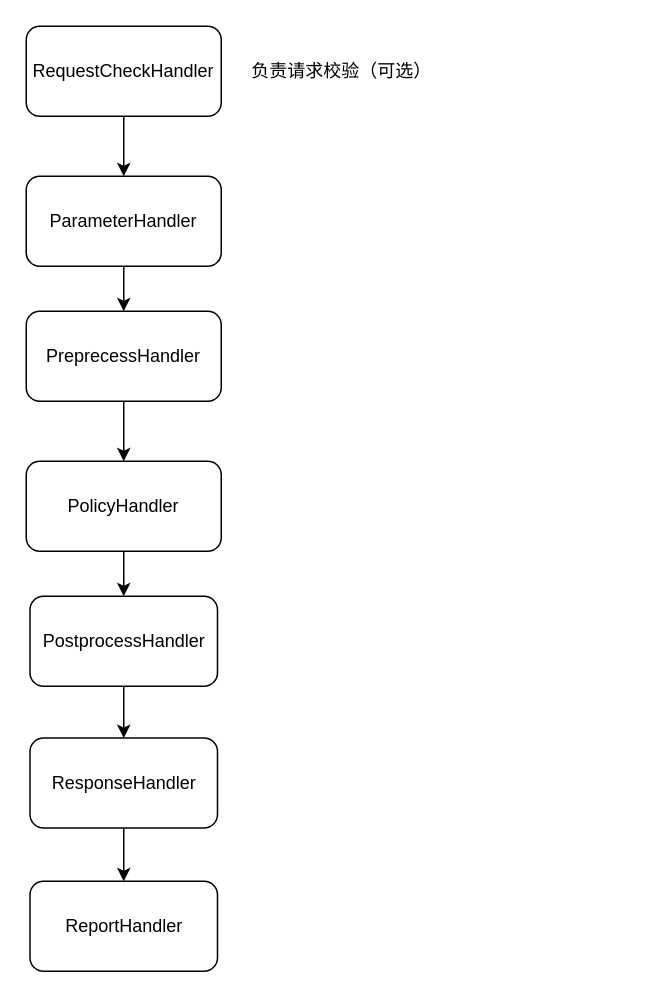
Earlier version of the draw.io diagram engineering/未命名绘图.drawio (gydong/graphs). Source tidied: cells renumbered, new cells numbered last; positions are measured from the earlier drawing's top-left corner, leaving out a move shared by most shapes. Both pictures are drawn from the tidied source at 150%, with x=0, y=0 at pixel (26, 26).
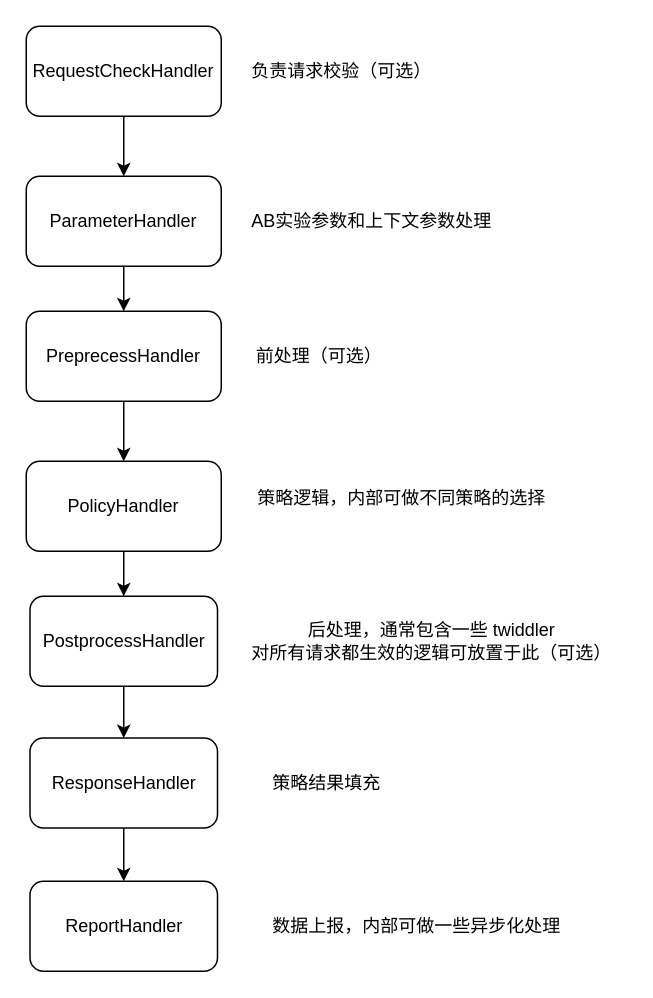
The same diagram, later.

Commit message (it also covers changes not shown here):
更新未命名绘图.drawio

Change to the diagram source:
```diff
@@
+    <mxCell id="16" value="AB实验参数和上下文参数处理" style="text;html=1;align=center;verticalAlign=middle;strokeColor=none;fillColor=none;" parent="1" vertex="1">
+      <mxGeometry x="140" y="115" width="180" height="30" as="geometry" />
+    </mxCell>
+    <mxCell id="17" value="前处理（可选）" style="text;html=1;align=center;verticalAlign=middle;strokeColor=none;fillColor=none;" parent="1" vertex="1">
+      <mxGeometry x="140" y="205" width="110" height="30" as="geometry" />
+    </mxCell>
+    <mxCell id="18" value="策略逻辑，内部可做不同策略的选择" style="text;html=1;align=center;verticalAlign=middle;strokeColor=none;fillColor=none;" parent="1" vertex="1">
+      <mxGeometry x="140" y="300" width="220" height="30" as="geometry" />
+    </mxCell>
+    <mxCell id="19" value="后处理，通常包含一些 twiddler&lt;br&gt;对所有请求都生效的逻辑可放置于此（可选）&lt;br&gt;" style="text;html=1;align=center;verticalAlign=middle;strokeColor=none;fillColor=none;" parent="1" vertex="1">
+      <mxGeometry x="140" y="390" width="260" height="40" as="geometry" />
+    </mxCell>
+    <mxCell id="20" value="策略结果填充" style="text;html=1;align=center;verticalAlign=middle;strokeColor=none;fillColor=none;" parent="1" vertex="1">
+      <mxGeometry x="150" y="490" width="100" height="30" as="geometry" />
+    </mxCell>
+    <mxCell id="21" value="数据上报，内部可做一些异步化处理" style="text;html=1;align=center;verticalAlign=middle;strokeColor=none;fillColor=none;" parent="1" vertex="1">
+      <mxGeometry x="150" y="585" width="220" height="30" as="geometry" />
+    </mxCell>
```
